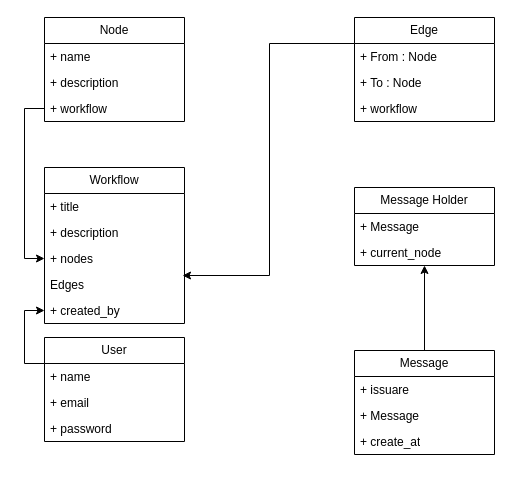
Before: diagrams/Classes.drawio in hasanforaty/FlexFlowAPI, a draw.io diagram. Source tidied: cells renumbered, new cells numbered last; positions are measured from the earlier drawing's top-left corner, leaving out a move shared by most shapes. Both pictures are drawn from the tidied source at 100%, with x=0, y=0 at pixel (44, 17).
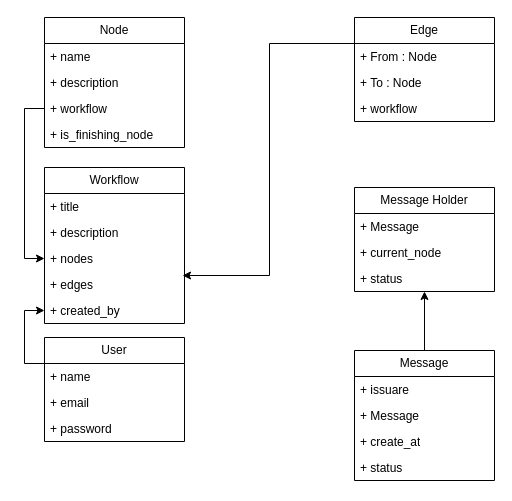
The same diagram, later.

Commit message (it also covers changes not shown here):
add status to our message and removing is_active

Unchanged cells that the change refers to:
```xml
<mxCell id="10" value="Workflow" style="swimlane;fontStyle=0;horizontal=1;startSize=26;fillColor=none;whiteSpace=wrap;html=1;" parent="1" vertex="1">
  <mxGeometry y="150" width="140" height="156" as="geometry" />
</mxCell>
```

The edit, as a diff of the source:
```diff
@@
     <mxCell id="2" value="Node" style="swimlane;fontStyle=0;horizontal=1;startSize=26;fillColor=none;whiteSpace=wrap;html=1;" parent="1" vertex="1">
-      <mxGeometry width="140" height="104" as="geometry" />
+      <mxGeometry width="140" height="130" as="geometry" />
     </mxCell>
@@
+    <mxCell id="31" value="+ is_finishing_node" style="text;strokeColor=none;fillColor=none;align=left;verticalAlign=top;spacingLeft=4;spacingRight=4;overflow=hidden;whiteSpace=wrap;html=1;" parent="2" vertex="1">
+      <mxGeometry y="104" width="140" height="26" as="geometry" />
+    </mxCell>
@@
-    <mxCell id="14" value="Edges" style="text;strokeColor=none;fillColor=none;align=left;verticalAlign=top;spacingLeft=4;spacingRight=4;overflow=hidden;points=[[0,0.5],[1,0.5]];portConstraint=eastwest;whiteSpace=wrap;html=1;" parent="10" vertex="1">
+    <mxCell id="14" value="+ edges" style="text;strokeColor=none;fillColor=none;align=left;verticalAlign=top;spacingLeft=4;spacingRight=4;overflow=hidden;points=[[0,0.5],[1,0.5]];portConstraint=eastwest;whiteSpace=wrap;html=1;" parent="10" vertex="1">
       <mxGeometry y="104" width="140" height="26" as="geometry" />
     </mxCell>
@@
     <mxCell id="23" value="Message" style="swimlane;fontStyle=0;horizontal=1;startSize=26;fillColor=none;whiteSpace=wrap;html=1;" parent="1" vertex="1">
-      <mxGeometry x="310" y="333" width="140" height="104" as="geometry" />
+      <mxGeometry x="310" y="333" width="140" height="130" as="geometry" />
     </mxCell>
@@
+    <mxCell id="32" value="+ status" style="text;strokeColor=none;fillColor=none;align=left;verticalAlign=top;spacingLeft=4;spacingRight=4;overflow=hidden;whiteSpace=wrap;html=1;" parent="23" vertex="1">
+      <mxGeometry y="104" width="140" height="26" as="geometry" />
+    </mxCell>
     <mxCell id="27" value="Message Holder" style="swimlane;fontStyle=0;horizontal=1;startSize=26;fillColor=none;whiteSpace=wrap;html=1;" parent="1" vertex="1">
-      <mxGeometry x="310" y="170" width="140" height="78" as="geometry" />
+      <mxGeometry x="310" y="170" width="140" height="104" as="geometry" />
     </mxCell>
@@
+    <mxCell id="33" value="+ status" style="text;strokeColor=none;fillColor=none;align=left;verticalAlign=top;spacingLeft=4;spacingRight=4;overflow=hidden;whiteSpace=wrap;html=1;" parent="27" vertex="1">
+      <mxGeometry y="78" width="140" height="26" as="geometry" />
+    </mxCell>
```
